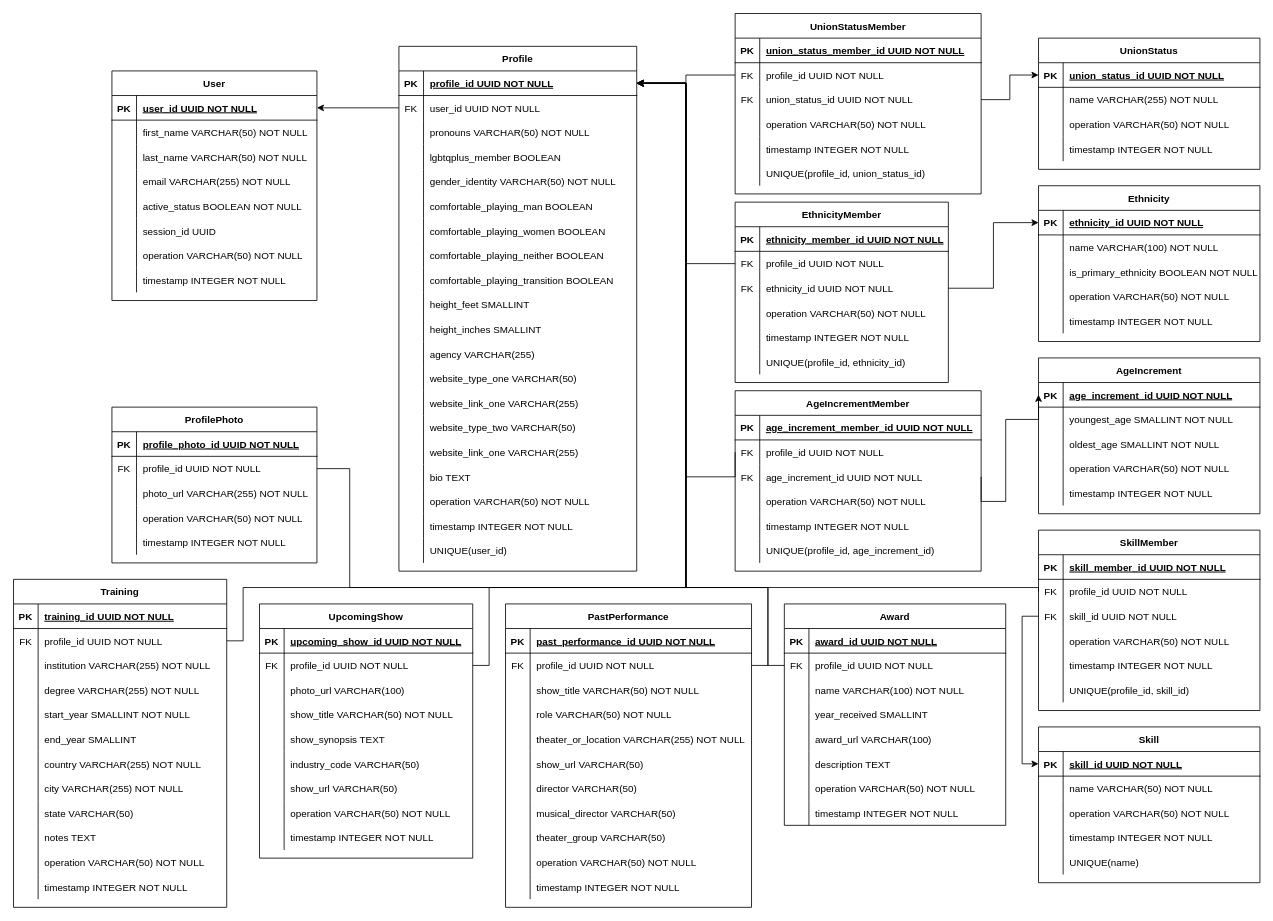
The draw.io diagram docs/db_designs/cag-backend-api-v1.drawio in Chicago-Artist-Guide/cag-backend-api, before the edit. Source tidied: cells renumbered, new cells numbered last; positions are measured from the earlier drawing's top-left corner, leaving out a move shared by most shapes. Both pictures are drawn from the tidied source at 82%, with x=0, y=0 at pixel (13, 13).
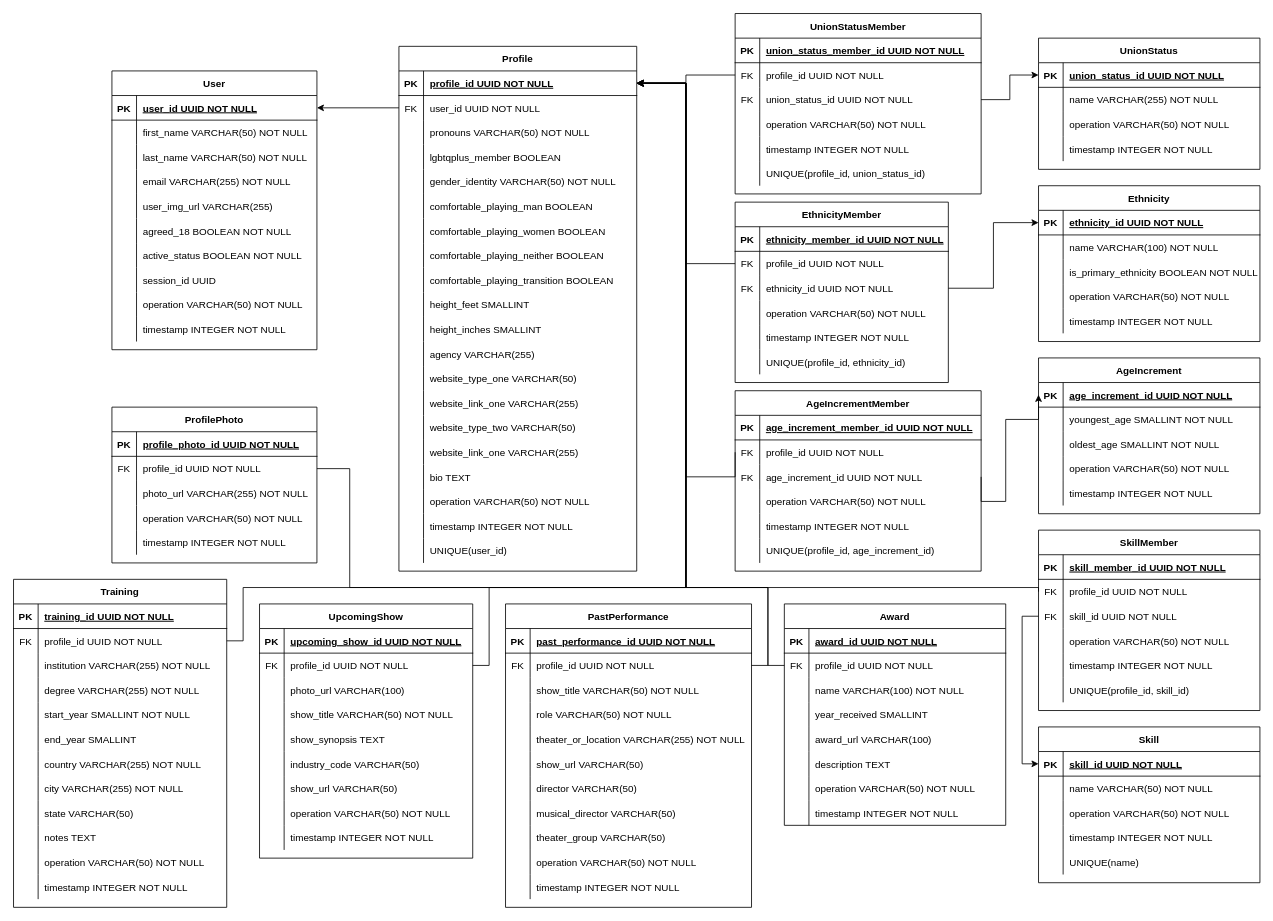
The same diagram, later.

Diff of the diagram source:
```diff
@@
     <mxCell id="2" value="User" style="shape=table;startSize=30;childLayout=tableLayout;rowLines=0;fontStyle=1;align=center;" parent="1" vertex="1">
-      <mxGeometry x="120" y="70" width="250" height="280" as="geometry" />
+      <mxGeometry x="120" y="70" width="250" height="340" as="geometry" />
     </mxCell>
@@
+    <mxCell id="382" style="shape=partialRectangle;fillColor=none;top=0;left=0;right=0;bottom=0;" parent="2" vertex="1">
+      <mxGeometry y="150" width="250" height="30" as="geometry" />
+    </mxCell>
+    <mxCell id="383" style="shape=partialRectangle;overflow=hidden;fillColor=none;top=0;left=0;bottom=0;right=0;" parent="382" vertex="1">
+      <mxGeometry width="30" height="30" as="geometry" />
+    </mxCell>
+    <mxCell id="384" value="user_img_url VARCHAR(255)" style="shape=partialRectangle;overflow=hidden;fillColor=none;top=0;left=0;bottom=0;right=0;align=left;spacingLeft=6;" parent="382" vertex="1">
+      <mxGeometry x="30" width="220" height="30" as="geometry" />
+    </mxCell>
+    <mxCell id="18" style="shape=partialRectangle;fillColor=none;top=0;left=0;right=0;bottom=0;" parent="2" vertex="1">
+      <mxGeometry y="180" width="250" height="30" as="geometry" />
+    </mxCell>
+    <mxCell id="19" style="shape=partialRectangle;overflow=hidden;fillColor=none;top=0;left=0;bottom=0;right=0;" parent="18" vertex="1">
+      <mxGeometry width="30" height="30" as="geometry" />
+    </mxCell>
+    <mxCell id="20" value="agreed_18 BOOLEAN NOT NULL" style="shape=partialRectangle;overflow=hidden;fillColor=none;top=0;left=0;bottom=0;right=0;align=left;spacingLeft=6;" parent="18" vertex="1">
+      <mxGeometry x="30" width="220" height="30" as="geometry" />
+    </mxCell>
     <mxCell id="15" style="shape=partialRectangle;fillColor=none;top=0;left=0;right=0;bottom=0;" parent="2" vertex="1">
-      <mxGeometry y="150" width="250" height="30" as="geometry" />
+      <mxGeometry y="210" width="250" height="30" as="geometry" />
     </mxCell>
@@
-    <mxCell id="18" style="shape=partialRectangle;fillColor=none;top=0;left=0;right=0;bottom=0;" parent="2" vertex="1">
-      <mxGeometry y="180" width="250" height="30" as="geometry" />
-    </mxCell>
-    <mxCell id="19" style="shape=partialRectangle;overflow=hidden;fillColor=none;top=0;left=0;bottom=0;right=0;" parent="18" vertex="1">
-      <mxGeometry width="30" height="30" as="geometry" />
-    </mxCell>
-    <mxCell id="20" value="session_id UUID" style="shape=partialRectangle;overflow=hidden;fillColor=none;top=0;left=0;bottom=0;right=0;align=left;spacingLeft=6;" parent="18" vertex="1">
-      <mxGeometry x="30" width="220" height="30" as="geometry" />
-    </mxCell>
+    <mxCell id="385" style="shape=partialRectangle;fillColor=none;top=0;left=0;right=0;bottom=0;" parent="2" vertex="1">
+      <mxGeometry y="240" width="250" height="30" as="geometry" />
+    </mxCell>
+    <mxCell id="386" style="shape=partialRectangle;overflow=hidden;fillColor=none;top=0;left=0;bottom=0;right=0;" parent="385" vertex="1">
+      <mxGeometry width="30" height="30" as="geometry" />
+    </mxCell>
+    <mxCell id="387" value="session_id UUID" style="shape=partialRectangle;overflow=hidden;fillColor=none;top=0;left=0;bottom=0;right=0;align=left;spacingLeft=6;" parent="385" vertex="1">
+      <mxGeometry x="30" width="220" height="30" as="geometry" />
+    </mxCell>
     <mxCell id="21" style="shape=partialRectangle;fillColor=none;top=0;left=0;right=0;bottom=0;" parent="2" vertex="1">
-      <mxGeometry y="210" width="250" height="30" as="geometry" />
+      <mxGeometry y="270" width="250" height="30" as="geometry" />
     </mxCell>
@@
     <mxCell id="24" style="shape=partialRectangle;fillColor=none;top=0;left=0;right=0;bottom=0;" parent="2" vertex="1">
-      <mxGeometry y="240" width="250" height="30" as="geometry" />
+      <mxGeometry y="300" width="250" height="30" as="geometry" />
     </mxCell>
```
